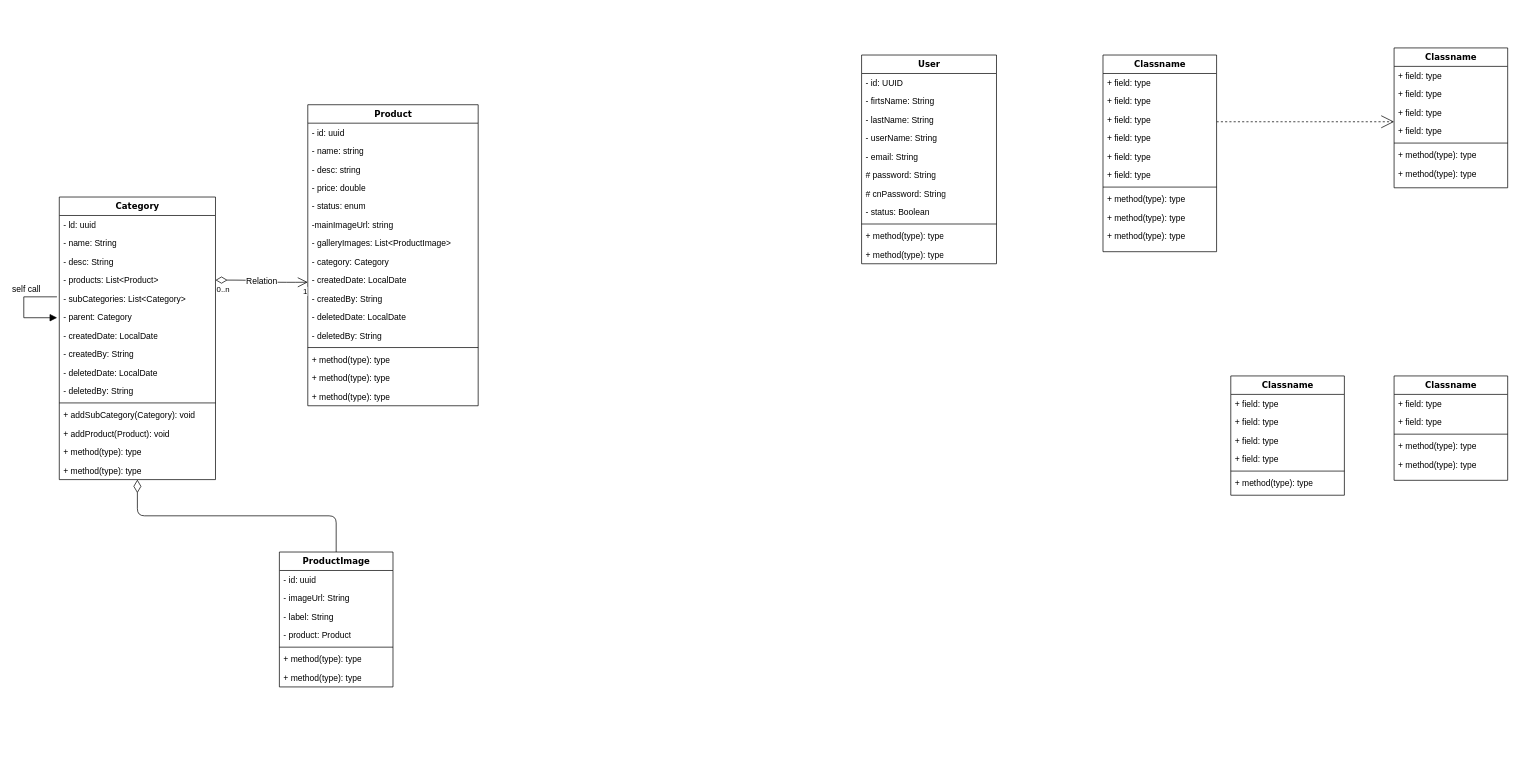
Earlier version of the draw.io diagram ecom.drawio (fardeenhsiddiqui/design-pattern). Source tidied: cells renumbered, new cells numbered last; positions are measured from the earlier drawing's top-left corner, leaving out a move shared by most shapes. Both pictures are drawn from the tidied source at 71%, with x=0, y=0 at pixel (23, 48).
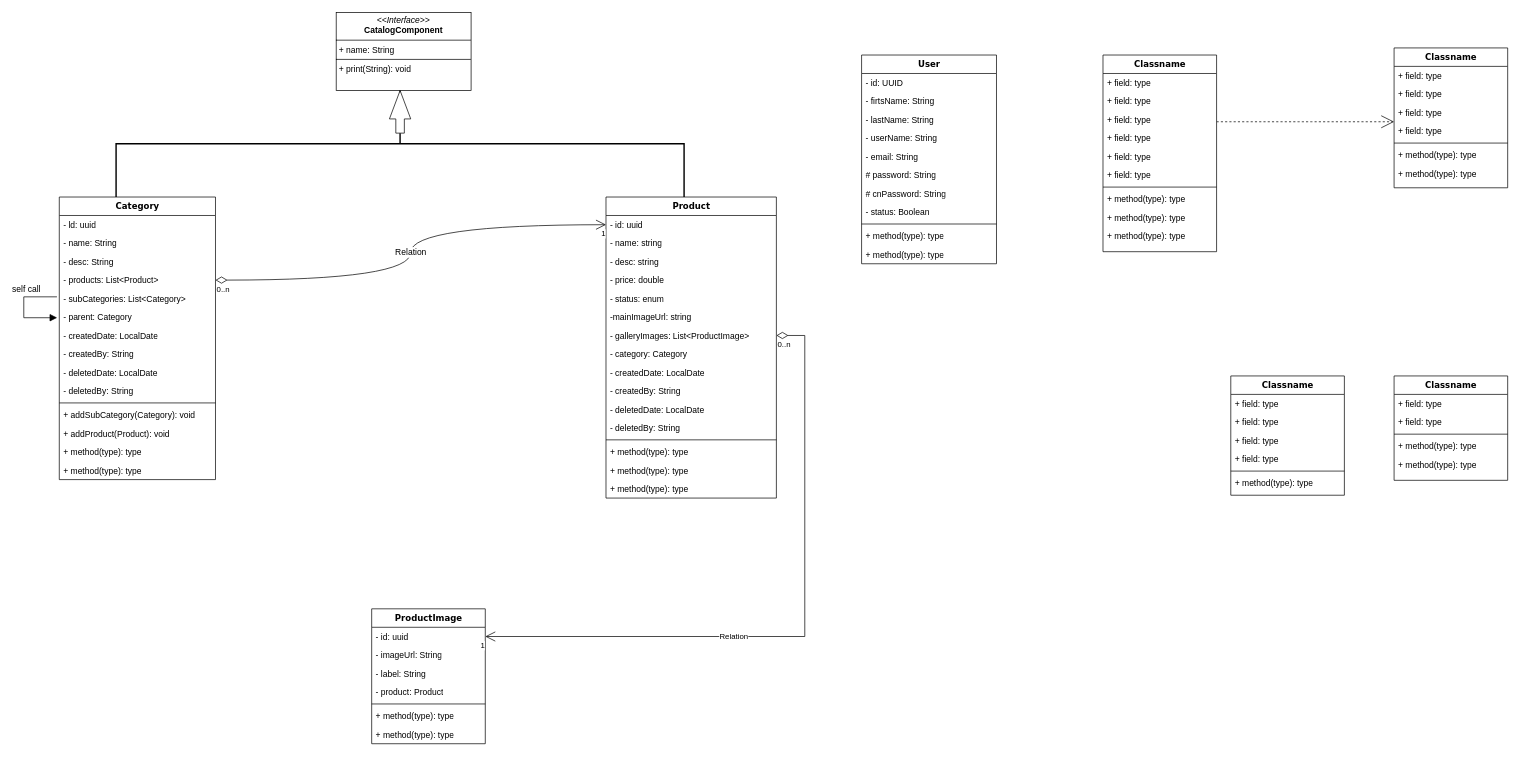
After the change.

The change refers to these unchanged cells:
```xml
<mxCell id="35" value="- id: uuid" style="text;html=1;strokeColor=none;fillColor=none;align=left;verticalAlign=top;spacingLeft=4;spacingRight=4;whiteSpace=wrap;overflow=hidden;points=[[0,0.5],[1,0.5]];portConstraint=eastwest;" parent="34" vertex="1">
  <mxGeometry y="26" width="240" height="26" as="geometry" />
</mxCell>
<mxCell id="41" value="- galleryImages: List&amp;lt;ProductImage&amp;gt;" style="text;html=1;strokeColor=none;fillColor=none;align=left;verticalAlign=top;spacingLeft=4;spacingRight=4;whiteSpace=wrap;overflow=hidden;points=[[0,0.5],[1,0.5]];portConstraint=eastwest;" parent="34" vertex="1">
  <mxGeometry y="182" width="240" height="26" as="geometry" />
</mxCell>
<mxCell id="52" value="Category" style="swimlane;html=1;fontStyle=1;align=center;verticalAlign=top;horizontal=1;startSize=26;swimlaneFillColor=#ffffff;rounded=0;shadow=0;comic=0;labelBackgroundColor=none;strokeWidth=1;fillColor=none;fontFamily=Verdana;fontSize=12;" parent="1" vertex="1">
  <mxGeometry x="50" y="210" width="220" height="398" as="geometry" />
</mxCell>
<mxCell id="56" value="- products: List&amp;lt;Product&amp;gt;" style="text;html=1;strokeColor=none;fillColor=none;align=left;verticalAlign=top;spacingLeft=4;spacingRight=4;whiteSpace=wrap;overflow=hidden;points=[[0,0.5],[1,0.5]];portConstraint=eastwest;" parent="52" vertex="1">
  <mxGeometry y="104" width="220" height="26" as="geometry" />
</mxCell>
<mxCell id="69" value="- id: uuid" style="text;html=1;strokeColor=none;fillColor=none;align=left;verticalAlign=top;spacingLeft=4;spacingRight=4;whiteSpace=wrap;overflow=hidden;points=[[0,0.5],[1,0.5]];portConstraint=eastwest;" parent="68" vertex="1">
  <mxGeometry y="26" width="160" height="26" as="geometry" />
</mxCell>
```

What changed in the source:
```diff
@@
     <mxCell id="34" value="Product" style="swimlane;html=1;fontStyle=1;align=center;verticalAlign=top;horizontal=1;startSize=26;swimlaneFillColor=#ffffff;rounded=0;shadow=0;comic=0;labelBackgroundColor=none;strokeWidth=1;fillColor=none;fontFamily=Verdana;fontSize=12;" parent="1" vertex="1">
-      <mxGeometry x="400" y="80" width="240" height="424" as="geometry" />
+      <mxGeometry x="820" y="210" width="240" height="424" as="geometry" />
     </mxCell>
@@
-    <mxCell id="51" style="edgeStyle=elbowEdgeStyle;html=1;labelBackgroundColor=none;startFill=0;startSize=8;endArrow=diamondThin;endFill=0;endSize=16;fontFamily=Verdana;fontSize=12;elbow=vertical;" parent="1" edge="1" source="68" target="52">
-      <mxGeometry relative="1" as="geometry" />
-    </mxCell>
@@
     <mxCell id="68" value="ProductImage" style="swimlane;html=1;fontStyle=1;align=center;verticalAlign=top;horizontal=1;startSize=26;swimlaneFillColor=#ffffff;rounded=0;shadow=0;comic=0;labelBackgroundColor=none;strokeWidth=1;fillColor=none;fontFamily=Verdana;fontSize=12;" parent="1" vertex="1">
-      <mxGeometry x="360" y="710" width="160" height="190" as="geometry" />
+      <mxGeometry x="490" y="790" width="160" height="190" as="geometry" />
     </mxCell>
@@
-    <mxCell id="89" value="Relation" style="endArrow=open;html=1;endSize=12;startArrow=diamondThin;startSize=14;startFill=0;edgeStyle=orthogonalEdgeStyle;rounded=0;fontSize=12;curved=1;exitX=1;exitY=0.5;exitDx=0;exitDy=0;" parent="1" edge="1" source="56">
-      <mxGeometry relative="1" as="geometry">
-        <mxPoint x="400" y="330" as="targetPoint" />
-      </mxGeometry>
+    <mxCell id="89" value="Relation" style="endArrow=open;html=1;endSize=12;startArrow=diamondThin;startSize=14;startFill=0;edgeStyle=orthogonalEdgeStyle;rounded=0;fontSize=12;curved=1;exitX=1;exitY=0.5;exitDx=0;exitDy=0;entryX=0;entryY=0.5;entryDx=0;entryDy=0;" parent="1" edge="1" source="56" target="35">
+      <mxGeometry relative="1" as="geometry" />
     </mxCell>
@@
+    <mxCell id="93" value="&lt;p style=&quot;margin:0px;margin-top:4px;text-align:center;&quot;&gt;&lt;i&gt;&amp;lt;&amp;lt;Interface&amp;gt;&amp;gt;&lt;/i&gt;&lt;br&gt;&lt;b&gt;CatalogComponent&lt;/b&gt;&lt;/p&gt;&lt;hr size=&quot;1&quot; style=&quot;border-style:solid;&quot;&gt;&lt;p style=&quot;margin:0px;margin-left:4px;&quot;&gt;+ name: String&lt;br&gt;&lt;/p&gt;&lt;hr size=&quot;1&quot; style=&quot;border-style:solid;&quot;&gt;&lt;p style=&quot;margin:0px;margin-left:4px;&quot;&gt;+ print(String): void&lt;br&gt;&lt;br&gt;&lt;/p&gt;" style="verticalAlign=top;align=left;overflow=fill;html=1;whiteSpace=wrap;" parent="1" vertex="1">
+      <mxGeometry x="440" y="-50" width="190" height="110" as="geometry" />
+    </mxCell>
+    <mxCell id="94" style="strokeWidth=2;html=1;shape=mxgraph.flowchart.annotation_2;align=left;labelPosition=right;direction=south;" parent="1" vertex="1">
+      <mxGeometry x="130" y="60" width="800" height="150" as="geometry" />
+    </mxCell>
+    <mxCell id="95" style="html=1;shadow=0;dashed=0;align=center;verticalAlign=middle;shape=mxgraph.arrows2.arrow;dy=0.6;dx=40;direction=north;notch=0;" parent="1" vertex="1">
+      <mxGeometry x="515" y="60" width="30" height="60" as="geometry" />
+    </mxCell>
+    <mxCell id="96" value="Relation" style="endArrow=open;html=1;endSize=12;startArrow=diamondThin;startSize=14;startFill=0;edgeStyle=orthogonalEdgeStyle;rounded=0;exitX=1;exitY=0.5;exitDx=0;exitDy=0;entryX=1;entryY=0.5;entryDx=0;entryDy=0;" parent="1" edge="1" source="41" target="69">
+      <mxGeometry x="0.3" y="-30" relative="1" as="geometry">
+        <Array as="points">
+          <mxPoint x="1100" y="405" />
+          <mxPoint x="1100" y="829" />
+        </Array>
+        <mxPoint x="30" y="30" as="offset" />
+      </mxGeometry>
+    </mxCell>
+    <mxCell id="97" value="0..n" style="edgeLabel;html=1;align=left;verticalAlign=top;" parent="96" vertex="1">
+      <mxGeometry x="-1" relative="1" as="geometry" />
+    </mxCell>
+    <mxCell id="98" value="1" style="edgeLabel;html=1;align=right;verticalAlign=top;" parent="96" vertex="1">
+      <mxGeometry x="1" relative="1" as="geometry" />
+    </mxCell>
```
